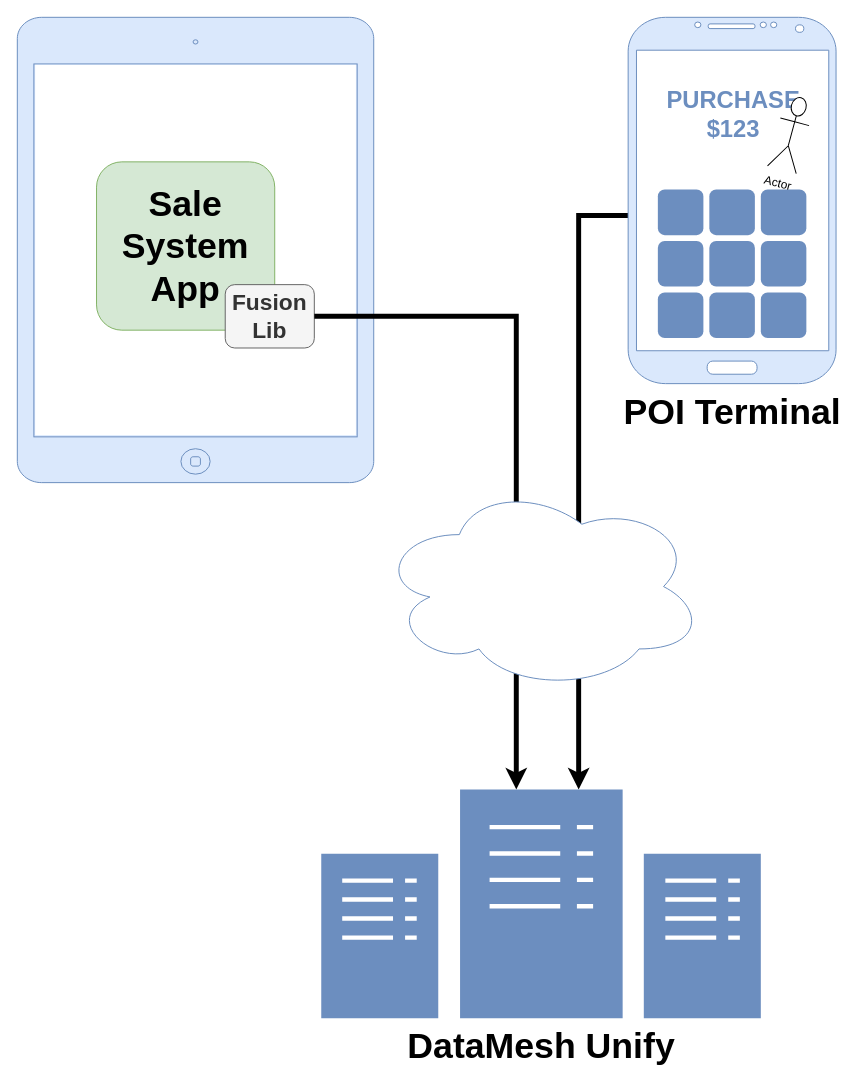
Before: page "Fusion Lib" (2 of 8) of static/img/nexo-fusion.drawio in datameshgroup/fusion, a draw.io diagram. Source tidied: cells renumbered, new cells numbered last; positions are measured from the earlier drawing's top-left corner, leaving out a move shared by most shapes. Both pictures are drawn from the tidied source at 99%, with x=0, y=0 at pixel (17, 17).
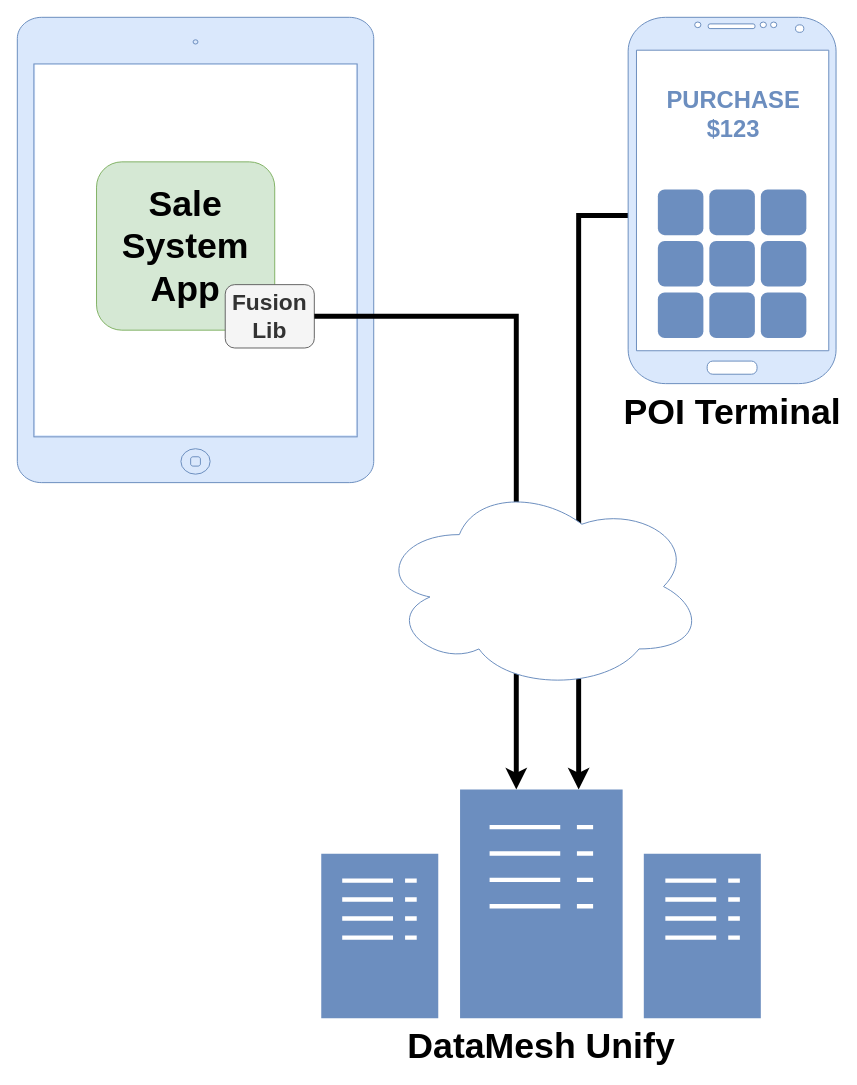
Above is the later version.

What changed in the source:
```diff
@@
-    <mxCell id="21" value="Actor" style="shape=umlActor;verticalLabelPosition=bottom;verticalAlign=top;html=1;rotation=15;" parent="1" vertex="1">
-      <mxGeometry x="767" y="80" width="30" height="75.2" as="geometry" />
-    </mxCell>
```
